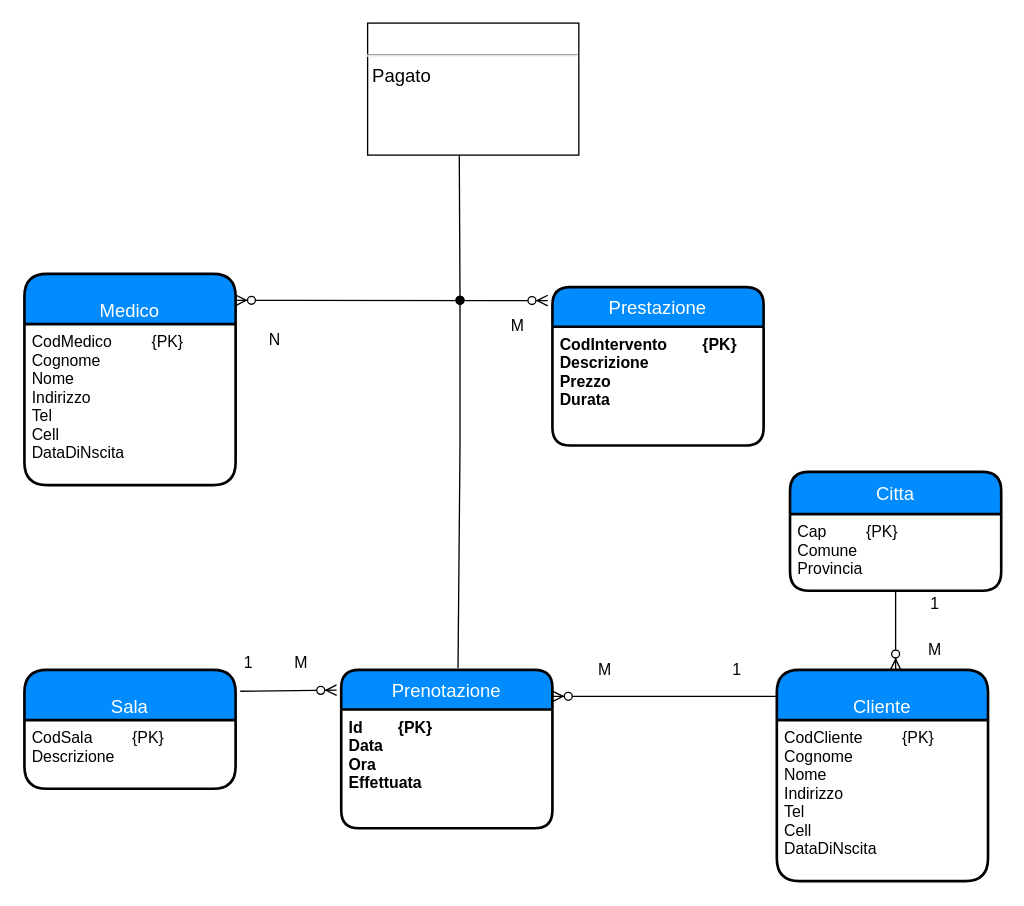
The draw.io diagram Studio_Dentistico_Associato_05_2022.drawio in amarzocchella/DB, before the edit. Source tidied: cells renumbered, new cells numbered last; positions are measured from the earlier drawing's top-left corner, leaving out a move shared by most shapes. Both pictures are drawn from the tidied source at 132%, with x=0, y=0 at pixel (24, 22).
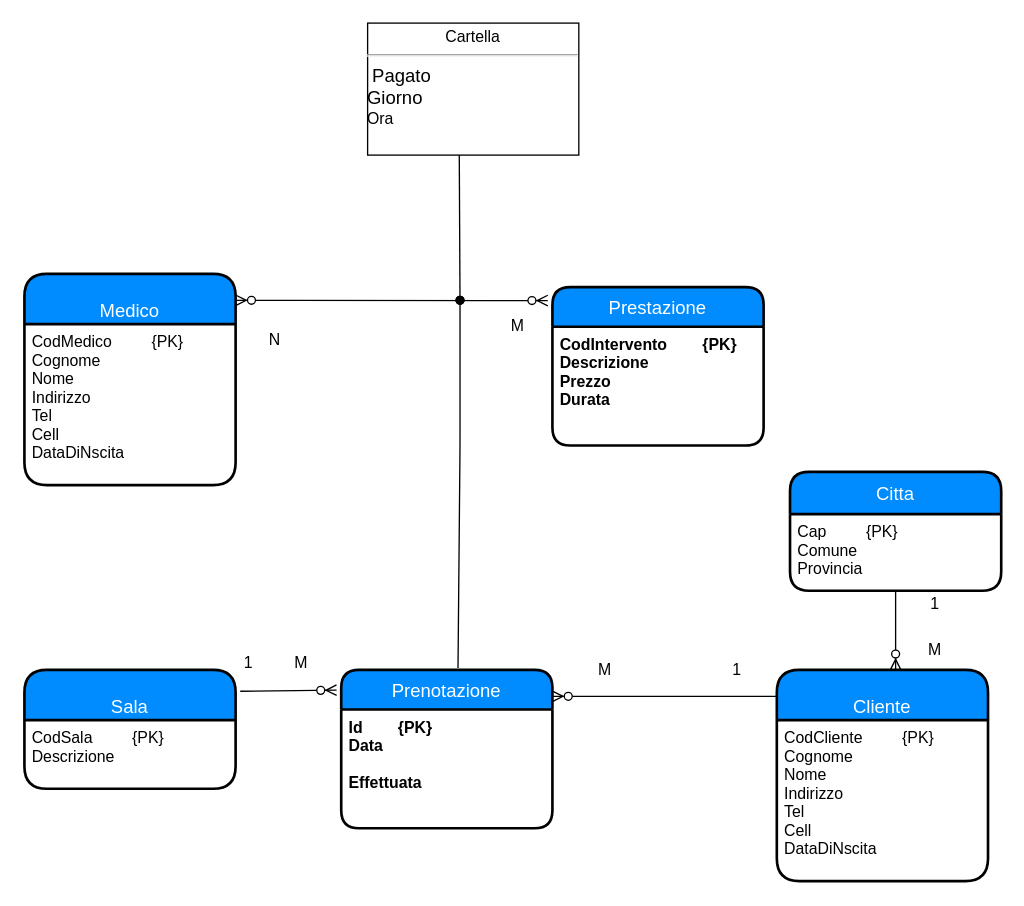
Above is the later version.

The change refers to these unchanged cells:
```xml
<mxCell id="22" value="Prenotazione" style="swimlane;horizontal=1;startSize=30;fillColor=#008cff;fontColor=#FFFFFF;rounded=1;fontSize=14;fontStyle=0;strokeWidth=2;shadow=0;dashed=0;align=center;" parent="1" vertex="1">
  <mxGeometry x="240" y="490" width="160" height="120" as="geometry" />
</mxCell>
```

The edit, as a diff of the source:
```diff
@@
-    <mxCell id="11" value="&lt;p style=&quot;margin: 4px 0px 0px ; text-align: center&quot;&gt;&lt;br&gt;&lt;/p&gt;&lt;hr&gt;&lt;div style=&quot;font-size: 14px&quot;&gt;&amp;nbsp;Pagato&lt;/div&gt;&lt;div style=&quot;font-size: 14px&quot;&gt;&amp;nbsp;&lt;/div&gt;" style="verticalAlign=top;align=left;overflow=fill;fontSize=12;fontFamily=Helvetica;html=1;" parent="1" vertex="1">
+    <mxCell id="11" value="&lt;p style=&quot;margin: 4px 0px 0px ; text-align: center&quot;&gt;Cartella&lt;/p&gt;&lt;hr&gt;&lt;div style=&quot;font-size: 14px&quot;&gt;&amp;nbsp;Pagato&lt;/div&gt;&lt;div style=&quot;font-size: 14px&quot;&gt;Giorno&lt;/div&gt;Ora" style="verticalAlign=top;align=left;overflow=fill;fontSize=12;fontFamily=Helvetica;html=1;" parent="1" vertex="1">
       <mxGeometry x="260" width="160" height="100" as="geometry" />
     </mxCell>
@@
-    <mxCell id="23" value="Id        {PK}&#10;Data&#10;Ora&#10;Effettuata" style="align=left;strokeColor=none;fillColor=none;spacingLeft=4;fontSize=12;verticalAlign=top;fontStyle=1;" parent="22" vertex="1">
+    <mxCell id="23" value="Id        {PK}&#10;Data&#10;&#10;Effettuata" style="align=left;strokeColor=none;fillColor=none;spacingLeft=4;fontSize=12;verticalAlign=top;fontStyle=1;" parent="22" vertex="1">
       <mxGeometry y="30" width="160" height="90" as="geometry" />
     </mxCell>
```
